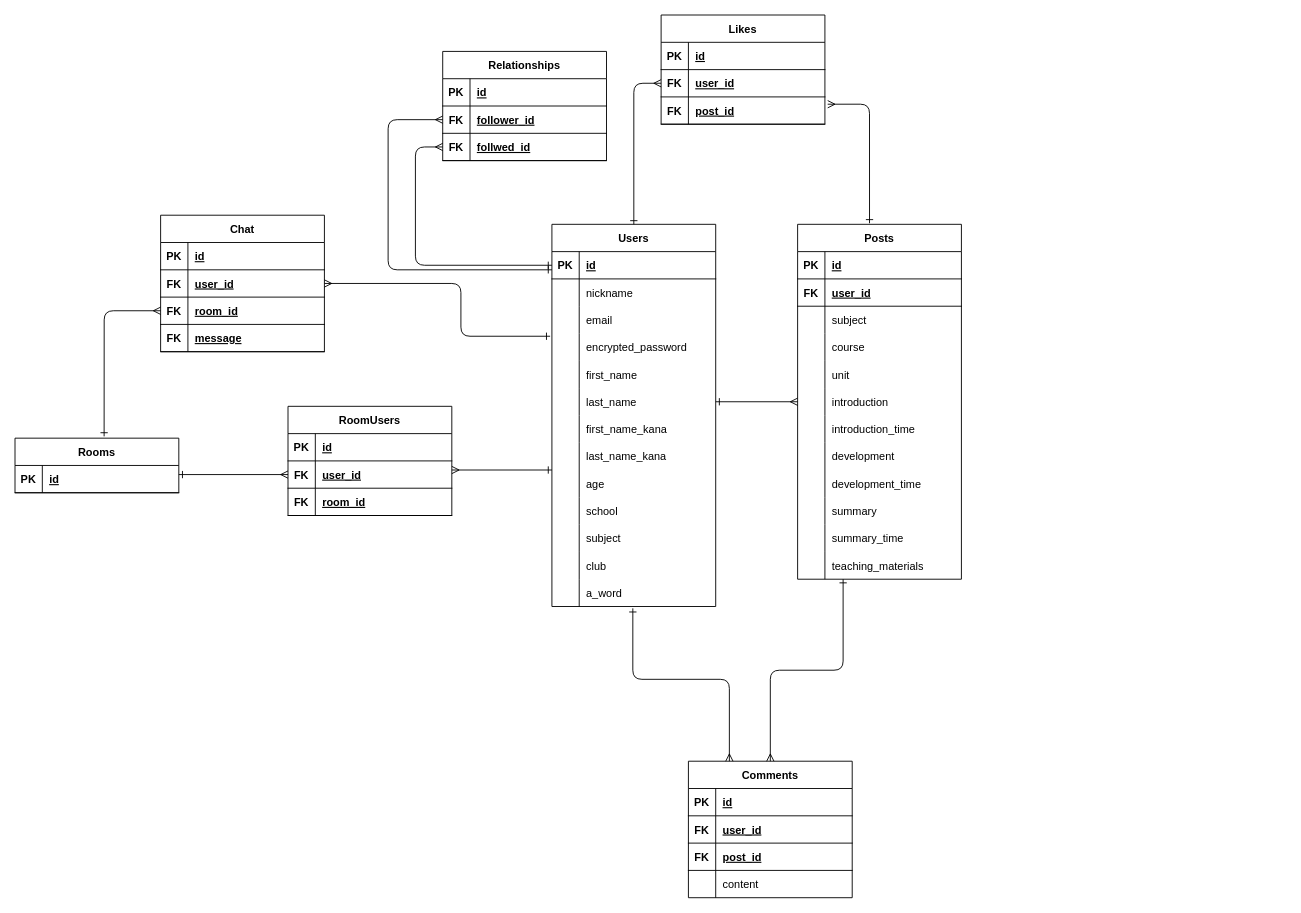
honda-gentuki/kyoyu keeps this draw.io diagram as kyoyu.dio. Above is the earlier version. Source tidied: cells renumbered, new cells numbered last; positions are measured from the earlier drawing's top-left corner, leaving out a move shared by most shapes. Both pictures are drawn from the tidied source at 91%, with x=0, y=0 at pixel (15, 15).
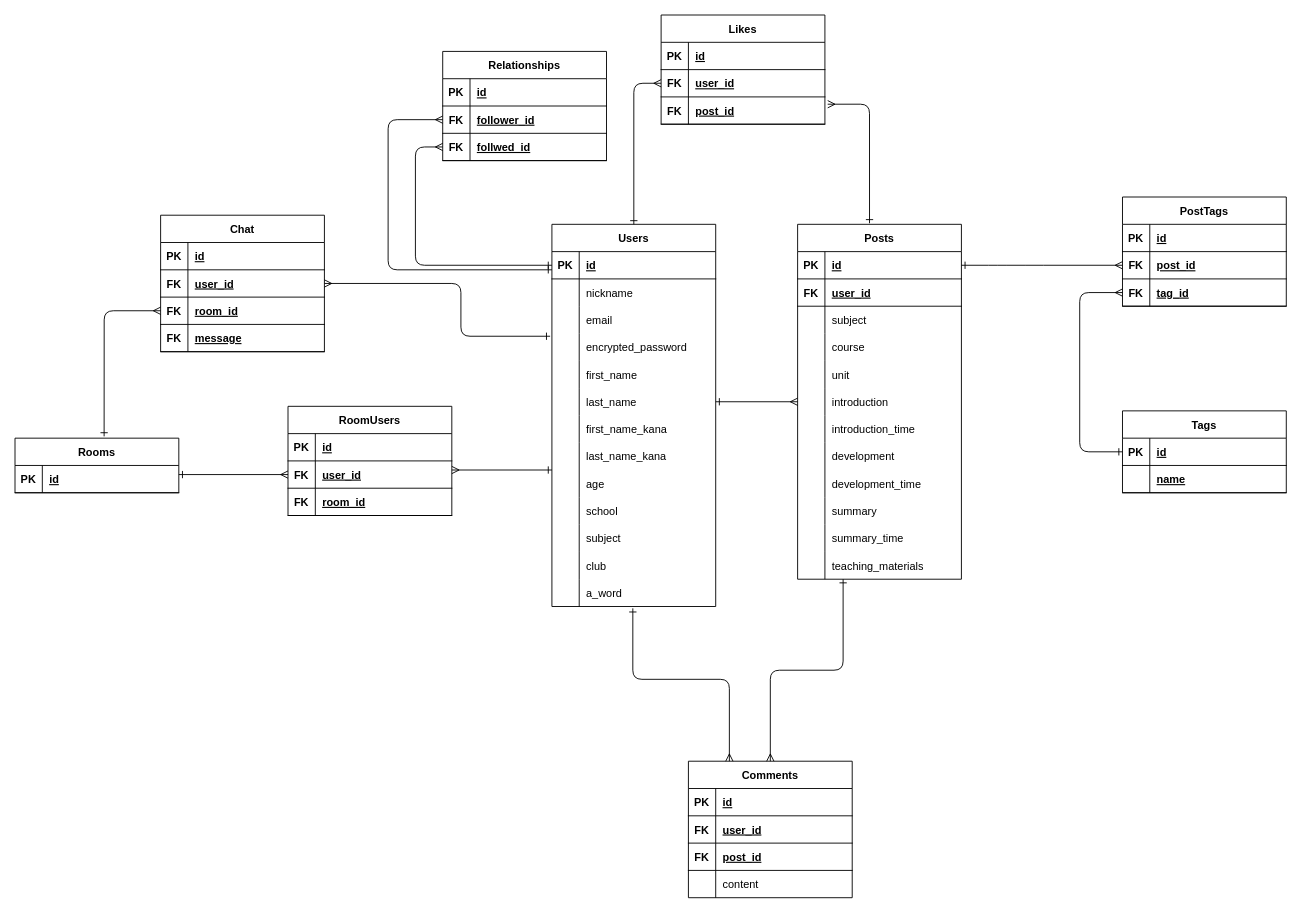
The same diagram, later.

The change refers to these unchanged cells:
```xml
<mxCell id="43" style="shape=partialRectangle;fillColor=none;top=0;left=0;bottom=1;right=0;points=[[0,0.5],[1,0.5]];portConstraint=eastwest;" parent="42" vertex="1">
  <mxGeometry y="30" width="180" height="30" as="geometry" />
</mxCell>
```

Change to the diagram source:
```diff
@@
+    <mxCell id="150" value="PostTags" style="shape=table;startSize=30;childLayout=tableLayout;rowLines=0;fontStyle=1;align=center;" parent="1" vertex="1">
+      <mxGeometry x="1217" y="200" width="180" height="120" as="geometry" />
+    </mxCell>
+    <mxCell id="151" style="shape=partialRectangle;fillColor=none;top=0;left=0;bottom=1;right=0;" parent="150" vertex="1">
+      <mxGeometry y="30" width="180" height="30" as="geometry" />
+    </mxCell>
+    <mxCell id="152" value="PK" style="shape=partialRectangle;fillColor=none;top=0;left=0;bottom=0;right=0;fontStyle=1;overflow=hidden;" parent="151" vertex="1">
+      <mxGeometry width="30" height="30" as="geometry" />
+    </mxCell>
+    <mxCell id="153" value="id" style="shape=partialRectangle;fillColor=none;top=0;left=0;bottom=0;right=0;align=left;spacingLeft=6;fontStyle=5;overflow=hidden;" parent="151" vertex="1">
+      <mxGeometry x="30" width="150" height="30" as="geometry" />
+    </mxCell>
+    <mxCell id="154" style="shape=partialRectangle;fillColor=none;top=0;left=0;bottom=1;right=0;points=[[0,0.5],[1,0.5]];portConstraint=eastwest;" parent="150" vertex="1">
+      <mxGeometry y="60" width="180" height="30" as="geometry" />
+    </mxCell>
+    <mxCell id="155" value="FK" style="shape=partialRectangle;fillColor=none;top=0;left=0;bottom=0;right=0;fontStyle=1;overflow=hidden;" parent="154" vertex="1">
+      <mxGeometry width="30" height="30" as="geometry" />
+    </mxCell>
+    <mxCell id="156" value="post_id" style="shape=partialRectangle;fillColor=none;top=0;left=0;bottom=0;right=0;align=left;spacingLeft=6;fontStyle=5;overflow=hidden;" parent="154" vertex="1">
+      <mxGeometry x="30" width="150" height="30" as="geometry" />
+    </mxCell>
+    <mxCell id="157" style="shape=partialRectangle;fillColor=none;top=0;left=0;bottom=1;right=0;points=[[0,0.5],[1,0.5]];portConstraint=eastwest;" parent="150" vertex="1">
+      <mxGeometry y="90" width="180" height="30" as="geometry" />
+    </mxCell>
+    <mxCell id="158" value="FK" style="shape=partialRectangle;fillColor=none;top=0;left=0;bottom=0;right=0;fontStyle=1;overflow=hidden;" parent="157" vertex="1">
+      <mxGeometry width="30" height="30" as="geometry" />
+    </mxCell>
+    <mxCell id="159" value="tag_id" style="shape=partialRectangle;fillColor=none;top=0;left=0;bottom=0;right=0;align=left;spacingLeft=6;fontStyle=5;overflow=hidden;" parent="157" vertex="1">
+      <mxGeometry x="30" width="150" height="30" as="geometry" />
+    </mxCell>
+    <mxCell id="160" value="Tags" style="shape=table;startSize=30;childLayout=tableLayout;rowLines=0;fontStyle=1;align=center;" parent="1" vertex="1">
+      <mxGeometry x="1217" y="435" width="180" height="90" as="geometry" />
+    </mxCell>
+    <mxCell id="161" style="shape=partialRectangle;fillColor=none;top=0;left=0;bottom=1;right=0;points=[[0,0.5],[1,0.5]];portConstraint=eastwest;" parent="160" vertex="1">
+      <mxGeometry y="30" width="180" height="30" as="geometry" />
+    </mxCell>
+    <mxCell id="162" value="PK" style="shape=partialRectangle;fillColor=none;top=0;left=0;bottom=0;right=0;fontStyle=1;overflow=hidden;" parent="161" vertex="1">
+      <mxGeometry width="30" height="30" as="geometry" />
+    </mxCell>
+    <mxCell id="163" value="id" style="shape=partialRectangle;fillColor=none;top=0;left=0;bottom=0;right=0;align=left;spacingLeft=6;fontStyle=5;overflow=hidden;" parent="161" vertex="1">
+      <mxGeometry x="30" width="150" height="30" as="geometry" />
+    </mxCell>
+    <mxCell id="164" style="shape=partialRectangle;fillColor=none;top=0;left=0;bottom=1;right=0;" parent="160" vertex="1">
+      <mxGeometry y="60" width="180" height="30" as="geometry" />
+    </mxCell>
+    <mxCell id="165" style="shape=partialRectangle;fillColor=none;top=0;left=0;bottom=0;right=0;fontStyle=1;overflow=hidden;" parent="164" vertex="1">
+      <mxGeometry width="30" height="30" as="geometry" />
+    </mxCell>
+    <mxCell id="166" value="name" style="shape=partialRectangle;fillColor=none;top=0;left=0;bottom=0;right=0;align=left;spacingLeft=6;fontStyle=5;overflow=hidden;" parent="164" vertex="1">
+      <mxGeometry x="30" width="150" height="30" as="geometry" />
+    </mxCell>
+    <mxCell id="167" style="fontSize=12;html=1;endArrow=ERmany;startArrow=ERone;startFill=0;exitX=1;exitY=0.5;exitDx=0;exitDy=0;entryX=0;entryY=0.5;entryDx=0;entryDy=0;" parent="1" edge="1" source="43" target="154">
+      <mxGeometry relative="1" as="geometry">
+        <Array as="points">
+          <mxPoint x="1080" y="275" />
+          <mxPoint x="1120" y="275" />
+        </Array>
+      </mxGeometry>
+    </mxCell>
+    <mxCell id="168" style="fontSize=12;html=1;endArrow=ERone;startArrow=ERmany;startFill=0;exitX=0;exitY=0.5;exitDx=0;exitDy=0;entryX=0;entryY=0.5;entryDx=0;entryDy=0;endFill=0;" parent="1" edge="1" source="157" target="161">
+      <mxGeometry relative="1" as="geometry">
+        <Array as="points">
+          <mxPoint x="1170" y="305" />
+          <mxPoint x="1170" y="480" />
+        </Array>
+      </mxGeometry>
+    </mxCell>
```
